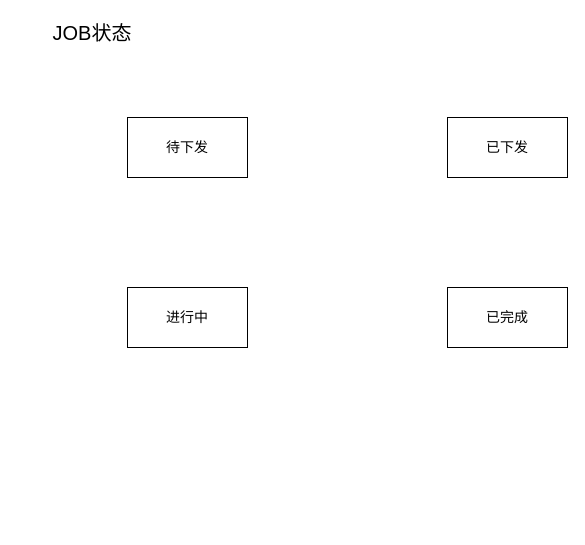
The draw.io diagram 简言任务状态图.drawio in FrankKirin/PM_works, before the edit. Source tidied: cells renumbered, new cells numbered last; positions are measured from the earlier drawing's top-left corner, leaving out a move shared by most shapes. Both pictures are drawn from the tidied source at 100%, with x=0, y=0 at pixel (17, 17).
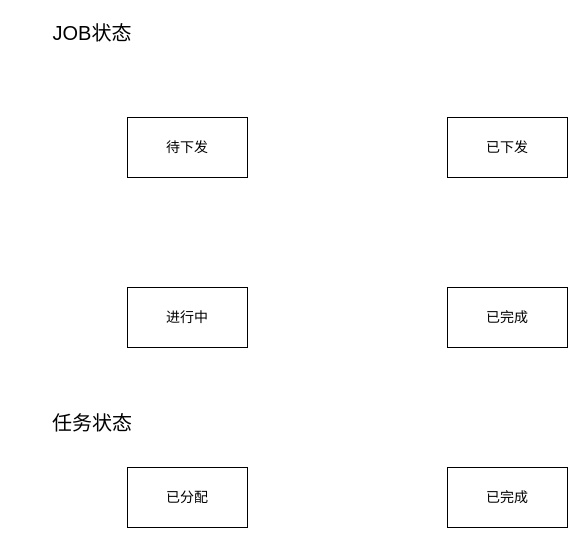
The same page after the edit.

Commit message (it also covers changes not shown here):
Update 简言任务状态图.drawio

Diff of the diagram source:
```diff
@@
 <mxGraphModel>
   <root>
     <mxCell id="0" />
     <mxCell id="1" parent="0" />
     <mxCell id="2" value="待下发" style="rounded=0;whiteSpace=wrap;html=1;fontSize=14;" parent="1" vertex="1">
       <mxGeometry x="110" y="100" width="120" height="60" as="geometry" />
     </mxCell>
     <mxCell id="3" value="已下发" style="rounded=0;whiteSpace=wrap;html=1;fontSize=14;" parent="1" vertex="1">
       <mxGeometry x="430" y="100" width="120" height="60" as="geometry" />
     </mxCell>
     <mxCell id="4" value="进行中" style="rounded=0;whiteSpace=wrap;html=1;fontSize=14;" parent="1" vertex="1">
       <mxGeometry x="110" y="270" width="120" height="60" as="geometry" />
     </mxCell>
     <mxCell id="5" value="已完成" style="rounded=0;whiteSpace=wrap;html=1;fontSize=14;" parent="1" vertex="1">
       <mxGeometry x="430" y="270" width="120" height="60" as="geometry" />
     </mxCell>
     <mxCell id="6" value="&lt;font style=&quot;font-size: 20px&quot;&gt;JOB状态&lt;/font&gt;" style="text;html=1;strokeColor=none;fillColor=none;align=center;verticalAlign=middle;whiteSpace=wrap;rounded=0;" parent="1" vertex="1">
       <mxGeometry width="150" height="30" as="geometry" />
     </mxCell>
+    <mxCell id="7" value="&lt;font style=&quot;font-size: 20px&quot;&gt;任务状态&lt;/font&gt;" style="text;html=1;strokeColor=none;fillColor=none;align=center;verticalAlign=middle;whiteSpace=wrap;rounded=0;" parent="1" vertex="1">
+      <mxGeometry y="390" width="150" height="30" as="geometry" />
+    </mxCell>
+    <mxCell id="8" value="已分配" style="rounded=0;whiteSpace=wrap;html=1;fontSize=14;" parent="1" vertex="1">
+      <mxGeometry x="110" y="450" width="120" height="60" as="geometry" />
+    </mxCell>
+    <mxCell id="9" value="已完成" style="rounded=0;whiteSpace=wrap;html=1;fontSize=14;" parent="1" vertex="1">
+      <mxGeometry x="430" y="450" width="120" height="60" as="geometry" />
+    </mxCell>
   </root>
 </mxGraphModel>
```
